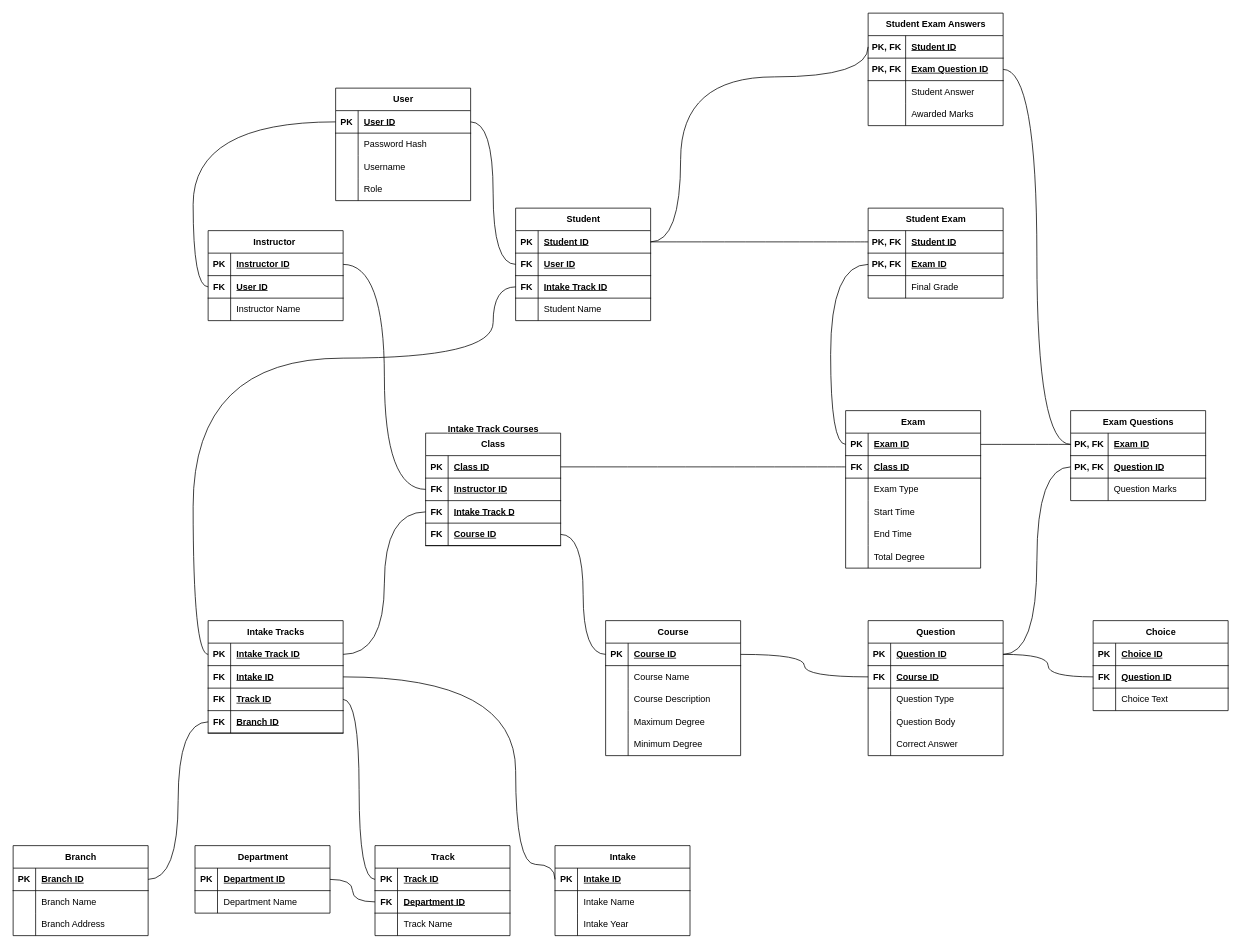
call911kid/ITI-LMS keeps this draw.io diagram as Mappings/Mapping.drawio. Above is the earlier version. Source tidied: cells renumbered, new cells numbered last; positions are measured from the earlier drawing's top-left corner, leaving out a move shared by most shapes. Both pictures are drawn from the tidied source at 75%, with x=0, y=0 at pixel (13, 13).
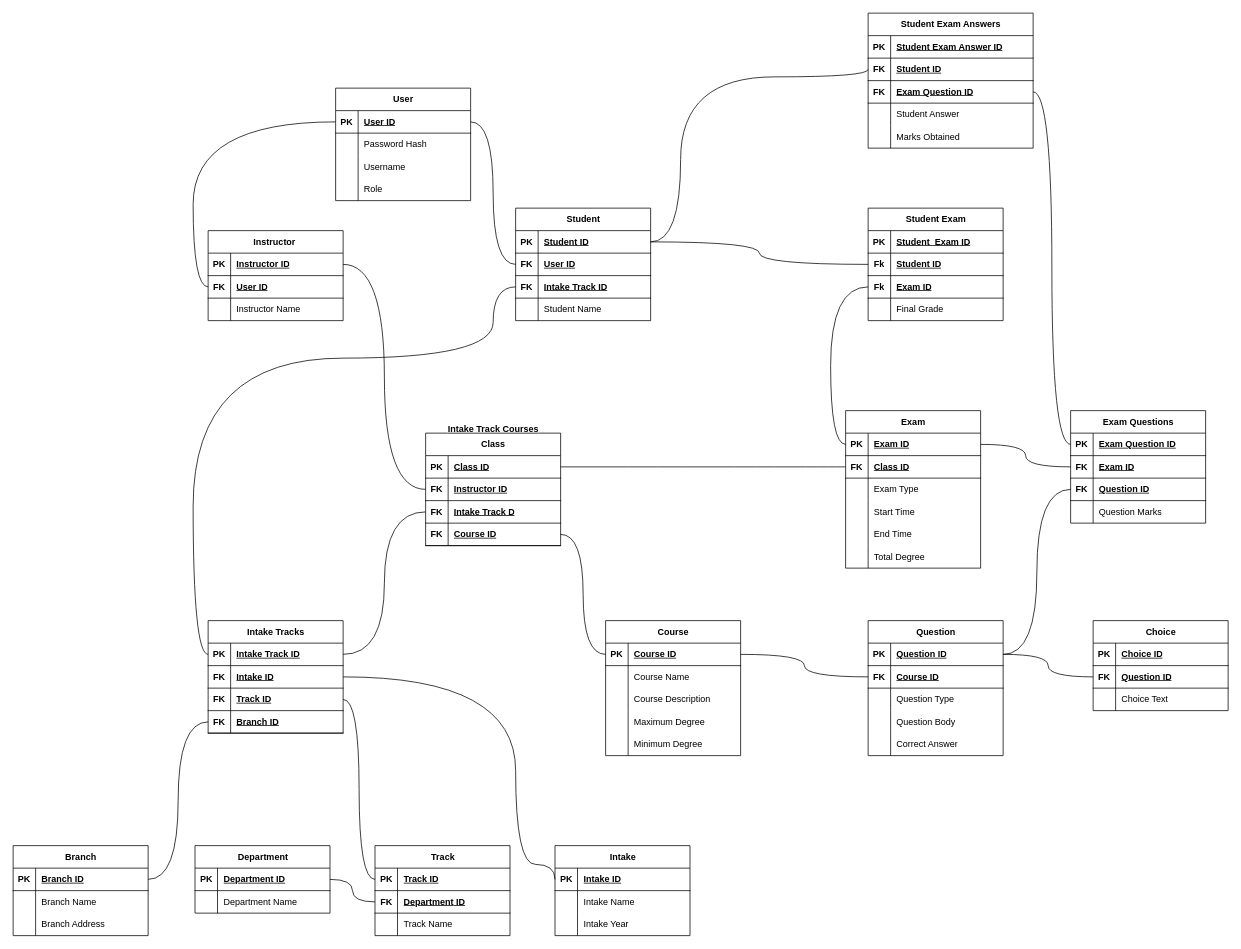
Above is the later version.

Commit message:
update mapping to replace composite keys with Identity PKs

Diff of the diagram source:
```diff
@@
     <mxCell id="173" value="Exam Questions" style="shape=table;startSize=30;childLayout=tableLayout;rowLines=0;fontStyle=1;align=center;html=1;fontFamily=Helvetica;fontSize=12;fontColor=default;labelBackgroundColor=default;" parent="1" vertex="1">
-      <mxGeometry x="1410" y="530" width="180" height="120" as="geometry" />
+      <mxGeometry x="1410" y="530" width="180" height="150" as="geometry" />
     </mxCell>
+    <mxCell id="215" style="shape=tableRow;horizontal=0;startSize=0;swimlaneHead=0;swimlaneBody=0;fillColor=none;points=[[0,0.5],[1,0.5]];portConstraint=eastwest;top=0;left=0;right=0;bottom=1;fontFamily=Helvetica;fontSize=12;fontColor=default;labelBackgroundColor=default;" parent="173" vertex="1">
+      <mxGeometry y="30" width="180" height="30" as="geometry" />
+    </mxCell>
+    <mxCell id="216" value="PK" style="shape=partialRectangle;fillColor=none;top=0;left=0;bottom=0;right=0;fontStyle=1;overflow=hidden;whiteSpace=wrap;html=1;fontFamily=Helvetica;fontSize=12;fontColor=default;labelBackgroundColor=default;" parent="215" vertex="1">
+      <mxGeometry width="30" height="30" as="geometry" />
+    </mxCell>
+    <mxCell id="217" value="Exam Question ID" style="shape=partialRectangle;fillColor=none;top=0;left=0;bottom=0;right=0;align=left;spacingLeft=6;fontStyle=5;overflow=hidden;whiteSpace=wrap;html=1;fontFamily=Helvetica;fontSize=12;fontColor=default;labelBackgroundColor=default;" parent="215" vertex="1">
+      <mxGeometry x="30" width="150" height="30" as="geometry" />
+    </mxCell>
     <mxCell id="174" style="shape=tableRow;horizontal=0;startSize=0;swimlaneHead=0;swimlaneBody=0;fillColor=none;points=[[0,0.5],[1,0.5]];portConstraint=eastwest;top=0;left=0;right=0;bottom=1;fontFamily=Helvetica;fontSize=12;fontColor=default;labelBackgroundColor=default;" parent="173" vertex="1">
-      <mxGeometry y="30" width="180" height="30" as="geometry" />
+      <mxGeometry y="60" width="180" height="30" as="geometry" />
     </mxCell>
-    <mxCell id="175" value="PK, FK" style="shape=partialRectangle;fillColor=none;top=0;left=0;bottom=0;right=0;fontStyle=1;overflow=hidden;whiteSpace=wrap;html=1;fontFamily=Helvetica;fontSize=12;fontColor=default;labelBackgroundColor=default;" parent="174" vertex="1">
-      <mxGeometry width="50" height="30" as="geometry" />
+    <mxCell id="175" value="FK" style="shape=partialRectangle;fillColor=none;top=0;left=0;bottom=0;right=0;fontStyle=1;overflow=hidden;whiteSpace=wrap;html=1;fontFamily=Helvetica;fontSize=12;fontColor=default;labelBackgroundColor=default;" parent="174" vertex="1">
+      <mxGeometry width="30" height="30" as="geometry" />
     </mxCell>
     <mxCell id="176" value="Exam ID" style="shape=partialRectangle;fillColor=none;top=0;left=0;bottom=0;right=0;align=left;spacingLeft=6;fontStyle=5;overflow=hidden;whiteSpace=wrap;html=1;fontFamily=Helvetica;fontSize=12;fontColor=default;labelBackgroundColor=default;" parent="174" vertex="1">
-      <mxGeometry x="50" width="130" height="30" as="geometry" />
+      <mxGeometry x="30" width="150" height="30" as="geometry" />
     </mxCell>
     <mxCell id="177" style="shape=tableRow;horizontal=0;startSize=0;swimlaneHead=0;swimlaneBody=0;fillColor=none;points=[[0,0.5],[1,0.5]];portConstraint=eastwest;top=0;left=0;right=0;bottom=1;fontFamily=Helvetica;fontSize=12;fontColor=default;labelBackgroundColor=default;" parent="173" vertex="1">
-      <mxGeometry y="60" width="180" height="30" as="geometry" />
+      <mxGeometry y="90" width="180" height="30" as="geometry" />
     </mxCell>
-    <mxCell id="178" value="PK, FK" style="shape=partialRectangle;fillColor=none;top=0;left=0;bottom=0;right=0;fontStyle=1;overflow=hidden;whiteSpace=wrap;html=1;fontFamily=Helvetica;fontSize=12;fontColor=default;labelBackgroundColor=default;" parent="177" vertex="1">
-      <mxGeometry width="50" height="30" as="geometry" />
+    <mxCell id="178" value="FK" style="shape=partialRectangle;fillColor=none;top=0;left=0;bottom=0;right=0;fontStyle=1;overflow=hidden;whiteSpace=wrap;html=1;fontFamily=Helvetica;fontSize=12;fontColor=default;labelBackgroundColor=default;" parent="177" vertex="1">
+      <mxGeometry width="30" height="30" as="geometry" />
     </mxCell>
     <mxCell id="179" value="Question ID" style="shape=partialRectangle;fillColor=none;top=0;left=0;bottom=0;right=0;align=left;spacingLeft=6;fontStyle=5;overflow=hidden;whiteSpace=wrap;html=1;fontFamily=Helvetica;fontSize=12;fontColor=default;labelBackgroundColor=default;" parent="177" vertex="1">
-      <mxGeometry x="50" width="130" height="30" as="geometry" />
+      <mxGeometry x="30" width="150" height="30" as="geometry" />
     </mxCell>
     <mxCell id="180" style="shape=tableRow;horizontal=0;startSize=0;swimlaneHead=0;swimlaneBody=0;fillColor=none;top=0;left=0;right=0;bottom=0;fontFamily=Helvetica;fontSize=12;fontColor=default;labelBackgroundColor=default;" parent="173" vertex="1">
-      <mxGeometry y="90" width="180" height="30" as="geometry" />
+      <mxGeometry y="120" width="180" height="30" as="geometry" />
     </mxCell>
     <mxCell id="181" style="shape=partialRectangle;fillColor=none;top=0;left=0;bottom=0;right=0;overflow=hidden;whiteSpace=wrap;html=1;fontFamily=Helvetica;fontSize=12;fontColor=default;labelBackgroundColor=default;" parent="180" vertex="1">
-      <mxGeometry width="50" height="30" as="geometry" />
+      <mxGeometry width="30" height="30" as="geometry" />
     </mxCell>
     <mxCell id="182" value="Question Marks" style="shape=partialRectangle;fillColor=none;top=0;left=0;bottom=0;right=0;align=left;spacingLeft=6;overflow=hidden;whiteSpace=wrap;html=1;fontFamily=Helvetica;fontSize=12;fontColor=default;labelBackgroundColor=default;" parent="180" vertex="1">
-      <mxGeometry x="50" width="130" height="30" as="geometry" />
+      <mxGeometry x="30" width="150" height="30" as="geometry" />
     </mxCell>
@@
     <mxCell id="184" value="Student Exam" style="shape=table;startSize=30;childLayout=tableLayout;rowLines=0;fontStyle=1;align=center;html=1;fontFamily=Helvetica;fontSize=12;fontColor=default;labelBackgroundColor=default;" parent="1" vertex="1">
-      <mxGeometry x="1140" y="260" width="180" height="120" as="geometry" />
+      <mxGeometry x="1140" y="260" width="180" height="150" as="geometry" />
     </mxCell>
+    <mxCell id="218" style="shape=tableRow;horizontal=0;startSize=0;swimlaneHead=0;swimlaneBody=0;fillColor=none;top=0;left=0;right=0;bottom=1;fontFamily=Helvetica;fontSize=12;fontColor=default;labelBackgroundColor=default;" parent="184" vertex="1">
+      <mxGeometry y="30" width="180" height="30" as="geometry" />
+    </mxCell>
+    <mxCell id="219" value="PK" style="shape=partialRectangle;fillColor=none;top=0;left=0;bottom=0;right=0;fontStyle=1;overflow=hidden;whiteSpace=wrap;html=1;fontFamily=Helvetica;fontSize=12;fontColor=default;labelBackgroundColor=default;" parent="218" vertex="1">
+      <mxGeometry width="30" height="30" as="geometry" />
+    </mxCell>
+    <mxCell id="220" value="Student&amp;nbsp; Exam ID" style="shape=partialRectangle;fillColor=none;top=0;left=0;bottom=0;right=0;align=left;spacingLeft=6;fontStyle=5;overflow=hidden;whiteSpace=wrap;html=1;fontFamily=Helvetica;fontSize=12;fontColor=default;labelBackgroundColor=default;" parent="218" vertex="1">
+      <mxGeometry x="30" width="150" height="30" as="geometry" />
+    </mxCell>
     <mxCell id="185" style="shape=tableRow;horizontal=0;startSize=0;swimlaneHead=0;swimlaneBody=0;fillColor=none;points=[[0,0.5],[1,0.5]];portConstraint=eastwest;top=0;left=0;right=0;bottom=1;fontFamily=Helvetica;fontSize=12;fontColor=default;labelBackgroundColor=default;" parent="184" vertex="1">
-      <mxGeometry y="30" width="180" height="30" as="geometry" />
+      <mxGeometry y="60" width="180" height="30" as="geometry" />
     </mxCell>
-    <mxCell id="186" value="PK, FK" style="shape=partialRectangle;fillColor=none;top=0;left=0;bottom=0;right=0;fontStyle=1;overflow=hidden;whiteSpace=wrap;html=1;fontFamily=Helvetica;fontSize=12;fontColor=default;labelBackgroundColor=default;" parent="185" vertex="1">
-      <mxGeometry width="50" height="30" as="geometry" />
+    <mxCell id="186" value="Fk" style="shape=partialRectangle;fillColor=none;top=0;left=0;bottom=0;right=0;fontStyle=1;overflow=hidden;whiteSpace=wrap;html=1;fontFamily=Helvetica;fontSize=12;fontColor=default;labelBackgroundColor=default;" parent="185" vertex="1">
+      <mxGeometry width="30" height="30" as="geometry" />
     </mxCell>
     <mxCell id="187" value="Student ID" style="shape=partialRectangle;fillColor=none;top=0;left=0;bottom=0;right=0;align=left;spacingLeft=6;fontStyle=5;overflow=hidden;whiteSpace=wrap;html=1;fontFamily=Helvetica;fontSize=12;fontColor=default;labelBackgroundColor=default;" parent="185" vertex="1">
-      <mxGeometry x="50" width="130" height="30" as="geometry" />
+      <mxGeometry x="30" width="150" height="30" as="geometry" />
     </mxCell>
     <mxCell id="188" style="shape=tableRow;horizontal=0;startSize=0;swimlaneHead=0;swimlaneBody=0;fillColor=none;points=[[0,0.5],[1,0.5]];portConstraint=eastwest;top=0;left=0;right=0;bottom=1;fontFamily=Helvetica;fontSize=12;fontColor=default;labelBackgroundColor=default;" parent="184" vertex="1">
-      <mxGeometry y="60" width="180" height="30" as="geometry" />
+      <mxGeometry y="90" width="180" height="30" as="geometry" />
     </mxCell>
-    <mxCell id="189" value="PK, FK" style="shape=partialRectangle;fillColor=none;top=0;left=0;bottom=0;right=0;fontStyle=1;overflow=hidden;whiteSpace=wrap;html=1;fontFamily=Helvetica;fontSize=12;fontColor=default;labelBackgroundColor=default;" parent="188" vertex="1">
-      <mxGeometry width="50" height="30" as="geometry" />
+    <mxCell id="189" value="Fk" style="shape=partialRectangle;fillColor=none;top=0;left=0;bottom=0;right=0;fontStyle=1;overflow=hidden;whiteSpace=wrap;html=1;fontFamily=Helvetica;fontSize=12;fontColor=default;labelBackgroundColor=default;" parent="188" vertex="1">
+      <mxGeometry width="30" height="30" as="geometry" />
     </mxCell>
     <mxCell id="190" value="Exam ID" style="shape=partialRectangle;fillColor=none;top=0;left=0;bottom=0;right=0;align=left;spacingLeft=6;fontStyle=5;overflow=hidden;whiteSpace=wrap;html=1;fontFamily=Helvetica;fontSize=12;fontColor=default;labelBackgroundColor=default;" parent="188" vertex="1">
-      <mxGeometry x="50" width="130" height="30" as="geometry" />
+      <mxGeometry x="30" width="150" height="30" as="geometry" />
     </mxCell>
     <mxCell id="191" style="shape=tableRow;horizontal=0;startSize=0;swimlaneHead=0;swimlaneBody=0;fillColor=none;top=0;left=0;right=0;bottom=0;fontFamily=Helvetica;fontSize=12;fontColor=default;labelBackgroundColor=default;" parent="184" vertex="1">
-      <mxGeometry y="90" width="180" height="30" as="geometry" />
+      <mxGeometry y="120" width="180" height="30" as="geometry" />
     </mxCell>
     <mxCell id="192" style="shape=partialRectangle;fillColor=none;top=0;left=0;bottom=0;right=0;overflow=hidden;whiteSpace=wrap;html=1;fontFamily=Helvetica;fontSize=12;fontColor=default;labelBackgroundColor=default;" parent="191" vertex="1">
-      <mxGeometry width="50" height="30" as="geometry" />
+      <mxGeometry width="30" height="30" as="geometry" />
     </mxCell>
     <mxCell id="193" value="Final Grade" style="shape=partialRectangle;fillColor=none;top=0;left=0;bottom=0;right=0;align=left;spacingLeft=6;overflow=hidden;whiteSpace=wrap;html=1;fontFamily=Helvetica;fontSize=12;fontColor=default;labelBackgroundColor=default;" parent="191" vertex="1">
-      <mxGeometry x="50" width="130" height="30" as="geometry" />
+      <mxGeometry x="30" width="150" height="30" as="geometry" />
     </mxCell>
@@
     <mxCell id="196" value="Student Exam Answers" style="shape=table;startSize=30;childLayout=tableLayout;rowLines=0;fontStyle=1;align=center;html=1;fontFamily=Helvetica;fontSize=12;fontColor=default;labelBackgroundColor=default;" parent="1" vertex="1">
-      <mxGeometry x="1140" width="180" height="150" as="geometry" />
+      <mxGeometry x="1140" width="220" height="180" as="geometry" />
     </mxCell>
+    <mxCell id="221" style="shape=tableRow;horizontal=0;startSize=0;swimlaneHead=0;swimlaneBody=0;fillColor=none;top=0;left=0;right=0;bottom=1;fontFamily=Helvetica;fontSize=12;fontColor=default;labelBackgroundColor=default;" parent="196" vertex="1">
+      <mxGeometry y="30" width="220" height="30" as="geometry" />
+    </mxCell>
+    <mxCell id="222" value="PK" style="shape=partialRectangle;fillColor=none;top=0;left=0;bottom=0;right=0;fontStyle=1;overflow=hidden;whiteSpace=wrap;html=1;fontFamily=Helvetica;fontSize=12;fontColor=default;labelBackgroundColor=default;" parent="221" vertex="1">
+      <mxGeometry width="30" height="30" as="geometry" />
+    </mxCell>
+    <mxCell id="223" value="Student Exam Answer ID" style="shape=partialRectangle;fillColor=none;top=0;left=0;bottom=0;right=0;align=left;spacingLeft=6;fontStyle=5;overflow=hidden;whiteSpace=wrap;html=1;fontFamily=Helvetica;fontSize=12;fontColor=default;labelBackgroundColor=default;" parent="221" vertex="1">
+      <mxGeometry x="30" width="190" height="30" as="geometry" />
+    </mxCell>
     <mxCell id="197" style="shape=tableRow;horizontal=0;startSize=0;swimlaneHead=0;swimlaneBody=0;fillColor=none;points=[[0,0.5],[1,0.5]];portConstraint=eastwest;top=0;left=0;right=0;bottom=1;fontFamily=Helvetica;fontSize=12;fontColor=default;labelBackgroundColor=default;" parent="196" vertex="1">
-      <mxGeometry y="30" width="180" height="30" as="geometry" />
+      <mxGeometry y="60" width="220" height="30" as="geometry" />
     </mxCell>
-    <mxCell id="198" value="PK, FK" style="shape=partialRectangle;fillColor=none;top=0;left=0;bottom=0;right=0;fontStyle=1;overflow=hidden;whiteSpace=wrap;html=1;fontFamily=Helvetica;fontSize=12;fontColor=default;labelBackgroundColor=default;" parent="197" vertex="1">
-      <mxGeometry width="50" height="30" as="geometry" />
+    <mxCell id="198" value="FK" style="shape=partialRectangle;fillColor=none;top=0;left=0;bottom=0;right=0;fontStyle=1;overflow=hidden;whiteSpace=wrap;html=1;fontFamily=Helvetica;fontSize=12;fontColor=default;labelBackgroundColor=default;" parent="197" vertex="1">
+      <mxGeometry width="30" height="30" as="geometry" />
     </mxCell>
     <mxCell id="199" value="Student ID" style="shape=partialRectangle;fillColor=none;top=0;left=0;bottom=0;right=0;align=left;spacingLeft=6;fontStyle=5;overflow=hidden;whiteSpace=wrap;html=1;fontFamily=Helvetica;fontSize=12;fontColor=default;labelBackgroundColor=default;" parent="197" vertex="1">
-      <mxGeometry x="50" width="130" height="30" as="geometry" />
+      <mxGeometry x="30" width="190" height="30" as="geometry" />
     </mxCell>
     <mxCell id="200" style="shape=tableRow;horizontal=0;startSize=0;swimlaneHead=0;swimlaneBody=0;fillColor=none;points=[[0,0.5],[1,0.5]];portConstraint=eastwest;top=0;left=0;right=0;bottom=1;fontFamily=Helvetica;fontSize=12;fontColor=default;labelBackgroundColor=default;" parent="196" vertex="1">
-      <mxGeometry y="60" width="180" height="30" as="geometry" />
+      <mxGeometry y="90" width="220" height="30" as="geometry" />
     </mxCell>
-    <mxCell id="201" value="PK, FK" style="shape=partialRectangle;fillColor=none;top=0;left=0;bottom=0;right=0;fontStyle=1;overflow=hidden;whiteSpace=wrap;html=1;fontFamily=Helvetica;fontSize=12;fontColor=default;labelBackgroundColor=default;" parent="200" vertex="1">
-      <mxGeometry width="50" height="30" as="geometry" />
+    <mxCell id="201" value="FK" style="shape=partialRectangle;fillColor=none;top=0;left=0;bottom=0;right=0;fontStyle=1;overflow=hidden;whiteSpace=wrap;html=1;fontFamily=Helvetica;fontSize=12;fontColor=default;labelBackgroundColor=default;" parent="200" vertex="1">
+      <mxGeometry width="30" height="30" as="geometry" />
     </mxCell>
     <mxCell id="202" value="Exam Question ID" style="shape=partialRectangle;fillColor=none;top=0;left=0;bottom=0;right=0;align=left;spacingLeft=6;fontStyle=5;overflow=hidden;whiteSpace=wrap;html=1;fontFamily=Helvetica;fontSize=12;fontColor=default;labelBackgroundColor=default;" parent="200" vertex="1">
-      <mxGeometry x="50" width="130" height="30" as="geometry" />
+      <mxGeometry x="30" width="190" height="30" as="geometry" />
     </mxCell>
     <mxCell id="203" style="shape=tableRow;horizontal=0;startSize=0;swimlaneHead=0;swimlaneBody=0;fillColor=none;top=0;left=0;right=0;bottom=0;fontFamily=Helvetica;fontSize=12;fontColor=default;labelBackgroundColor=default;" parent="196" vertex="1">
-      <mxGeometry y="90" width="180" height="30" as="geometry" />
+      <mxGeometry y="120" width="220" height="30" as="geometry" />
     </mxCell>
     <mxCell id="204" style="shape=partialRectangle;fillColor=none;top=0;left=0;bottom=0;right=0;overflow=hidden;whiteSpace=wrap;html=1;fontFamily=Helvetica;fontSize=12;fontColor=default;labelBackgroundColor=default;" parent="203" vertex="1">
-      <mxGeometry width="50" height="30" as="geometry" />
+      <mxGeometry width="30" height="30" as="geometry" />
     </mxCell>
     <mxCell id="205" value="Student Answer&amp;nbsp;" style="shape=partialRectangle;fillColor=none;top=0;left=0;bottom=0;right=0;align=left;spacingLeft=6;overflow=hidden;whiteSpace=wrap;html=1;fontFamily=Helvetica;fontSize=12;fontColor=default;labelBackgroundColor=default;" parent="203" vertex="1">
-      <mxGeometry x="50" width="130" height="30" as="geometry" />
+      <mxGeometry x="30" width="190" height="30" as="geometry" />
     </mxCell>
     <mxCell id="206" style="shape=tableRow;horizontal=0;startSize=0;swimlaneHead=0;swimlaneBody=0;fillColor=none;top=0;left=0;right=0;bottom=0;fontFamily=Helvetica;fontSize=12;fontColor=default;labelBackgroundColor=default;" parent="196" vertex="1">
-      <mxGeometry y="120" width="180" height="30" as="geometry" />
+      <mxGeometry y="150" width="220" height="30" as="geometry" />
     </mxCell>
     <mxCell id="207" style="shape=partialRectangle;fillColor=none;top=0;left=0;bottom=0;right=0;overflow=hidden;whiteSpace=wrap;html=1;fontFamily=Helvetica;fontSize=12;fontColor=default;labelBackgroundColor=default;" parent="206" vertex="1">
-      <mxGeometry width="50" height="30" as="geometry" />
+      <mxGeometry width="30" height="30" as="geometry" />
     </mxCell>
-    <mxCell id="208" value="Awarded Marks" style="shape=partialRectangle;fillColor=none;top=0;left=0;bottom=0;right=0;align=left;spacingLeft=6;overflow=hidden;whiteSpace=wrap;html=1;fontFamily=Helvetica;fontSize=12;fontColor=default;labelBackgroundColor=default;" parent="206" vertex="1">
-      <mxGeometry x="50" width="130" height="30" as="geometry" />
+    <mxCell id="208" value="Marks Obtained" style="shape=partialRectangle;fillColor=none;top=0;left=0;bottom=0;right=0;align=left;spacingLeft=6;overflow=hidden;whiteSpace=wrap;html=1;fontFamily=Helvetica;fontSize=12;fontColor=default;labelBackgroundColor=default;" parent="206" vertex="1">
+      <mxGeometry x="30" width="190" height="30" as="geometry" />
     </mxCell>
-    <mxCell id="209" style="edgeStyle=orthogonalEdgeStyle;shape=connector;curved=1;rounded=0;jettySize=auto;html=1;entryX=0;entryY=0.5;entryDx=0;entryDy=0;strokeColor=default;align=center;verticalAlign=middle;fontFamily=Helvetica;fontSize=12;fontColor=default;labelBackgroundColor=default;endArrow=none;endFill=0;exitX=1;exitY=0.5;exitDx=0;exitDy=0;" parent="1" edge="1" source="200" target="174">
+    <mxCell id="209" style="edgeStyle=orthogonalEdgeStyle;shape=connector;curved=1;rounded=0;jettySize=auto;html=1;entryX=0;entryY=0.5;entryDx=0;entryDy=0;strokeColor=default;align=center;verticalAlign=middle;fontFamily=Helvetica;fontSize=12;fontColor=default;labelBackgroundColor=default;endArrow=none;endFill=0;exitX=1;exitY=0.5;exitDx=0;exitDy=0;" parent="1" edge="1" source="200" target="215">
       <mxGeometry relative="1" as="geometry" />
     </mxCell>
```
